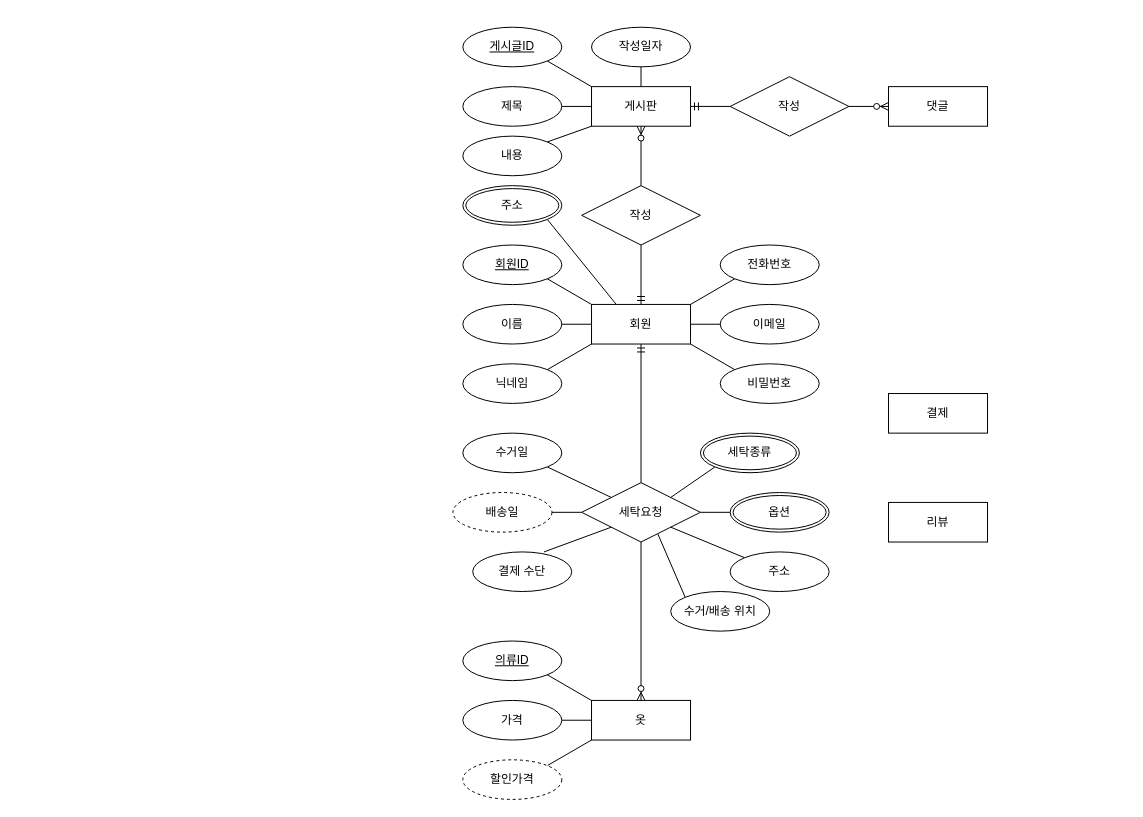
Daeseda/daeseda keeps this draw.io diagram as daeseda.drawio. Above is the earlier version. Source tidied: cells renumbered, new cells numbered last; positions are measured from the earlier drawing's top-left corner, leaving out a move shared by most shapes. Both pictures are drawn from the tidied source at 99%, with x=0, y=0 at pixel (452, 27).
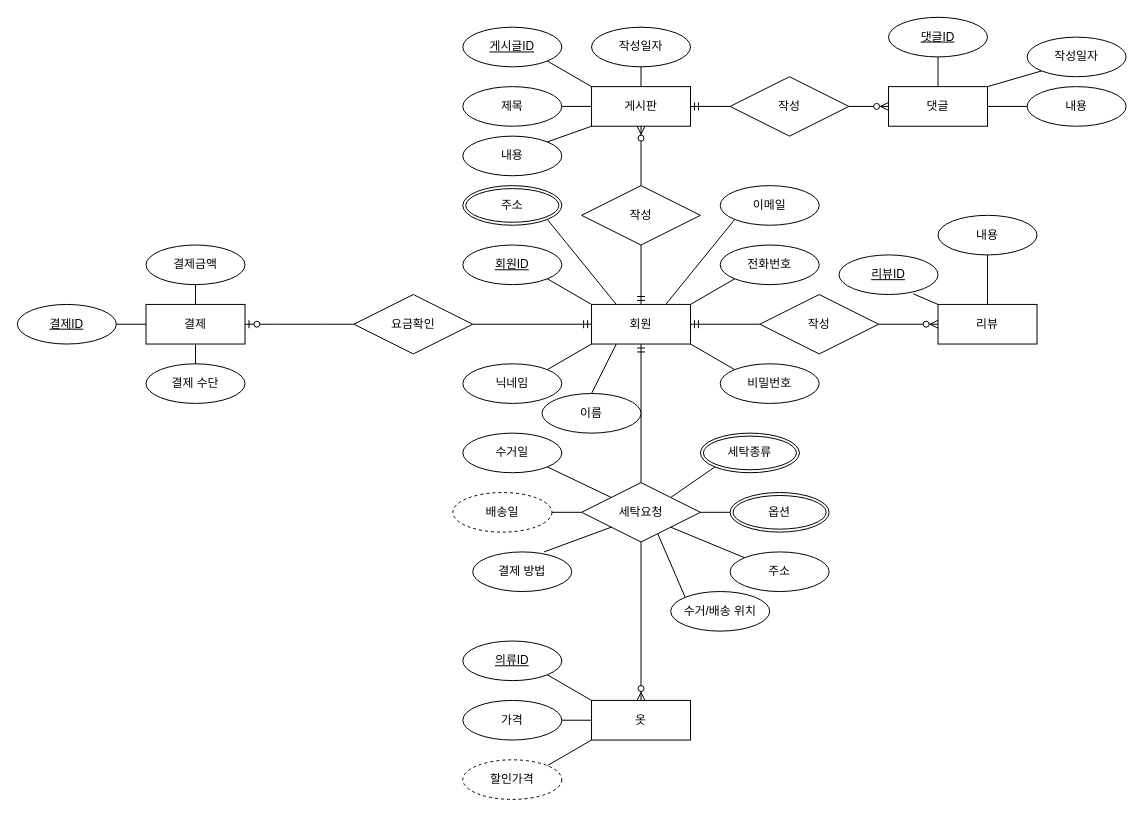
After the change.

Commit message:
대세다 ERD (피터 첸 표기법)

The change refers to these unchanged cells:
```xml
<mxCell id="2" value="회원" style="whiteSpace=wrap;html=1;align=center;" parent="1" vertex="1">
  <mxGeometry x="140" y="280" width="100" height="40" as="geometry" />
</mxCell>
<mxCell id="4" value="댓글" style="whiteSpace=wrap;html=1;align=center;" parent="1" vertex="1">
  <mxGeometry x="440" y="60" width="100" height="40" as="geometry" />
</mxCell>
```

Change to the diagram source:
```diff
@@
     <mxCell id="5" value="결제" style="whiteSpace=wrap;html=1;align=center;" parent="1" vertex="1">
-      <mxGeometry x="440" y="370" width="100" height="40" as="geometry" />
+      <mxGeometry x="-310" y="280" width="100" height="40" as="geometry" />
     </mxCell>
     <mxCell id="6" value="리뷰" style="whiteSpace=wrap;html=1;align=center;" parent="1" vertex="1">
-      <mxGeometry x="440" y="480" width="100" height="40" as="geometry" />
+      <mxGeometry x="490" y="280" width="100" height="40" as="geometry" />
     </mxCell>
@@
     <mxCell id="13" value="이름" style="ellipse;whiteSpace=wrap;html=1;align=center;" parent="1" vertex="1">
-      <mxGeometry x="10" y="280" width="100" height="40" as="geometry" />
+      <mxGeometry x="90" y="370" width="100" height="40" as="geometry" />
     </mxCell>
     <mxCell id="14" value="이메일" style="ellipse;whiteSpace=wrap;html=1;align=center;" parent="1" vertex="1">
-      <mxGeometry x="270" y="280" width="100" height="40" as="geometry" />
+      <mxGeometry x="270" y="160" width="100" height="40" as="geometry" />
     </mxCell>
@@
-    <mxCell id="18" style="endArrow=none;html=1;rounded=0;exitX=1;exitY=0.5;exitDx=0;exitDy=0;" parent="1" edge="1" source="13">
-      <mxGeometry relative="1" as="geometry">
-        <mxPoint x="140" y="300" as="targetPoint" />
-      </mxGeometry>
+    <mxCell id="18" style="endArrow=none;html=1;rounded=0;exitX=0.5;exitY=0;exitDx=0;exitDy=0;entryX=0.25;entryY=1;entryDx=0;entryDy=0;" parent="1" edge="1" source="13" target="2">
+      <mxGeometry relative="1" as="geometry" />
     </mxCell>
-    <mxCell id="19" style="endArrow=none;html=1;rounded=0;exitX=1;exitY=0.5;exitDx=0;exitDy=0;entryX=0;entryY=0.5;entryDx=0;entryDy=0;" parent="1" edge="1" source="2" target="14">
+    <mxCell id="19" style="endArrow=none;html=1;rounded=0;exitX=0.75;exitY=0;exitDx=0;exitDy=0;entryX=0;entryY=1;entryDx=0;entryDy=0;" parent="1" edge="1" source="2" target="14">
       <mxGeometry relative="1" as="geometry" />
     </mxCell>
@@
-    <mxCell id="37" value="결제 수단" style="ellipse;whiteSpace=wrap;html=1;align=center;" parent="1" vertex="1">
+    <mxCell id="37" value="결제 방법" style="ellipse;whiteSpace=wrap;html=1;align=center;" parent="1" vertex="1">
       <mxGeometry x="20" y="530" width="100" height="40" as="geometry" />
     </mxCell>
@@
+    <mxCell id="59" value="댓글ID" style="ellipse;whiteSpace=wrap;html=1;align=center;fontStyle=4;" parent="1" vertex="1">
+      <mxGeometry x="440" y="-10" width="100" height="40" as="geometry" />
+    </mxCell>
+    <mxCell id="60" style="endArrow=none;html=1;rounded=0;exitX=0.5;exitY=1;exitDx=0;exitDy=0;entryX=0.5;entryY=0;entryDx=0;entryDy=0;" parent="1" edge="1" source="59" target="4">
+      <mxGeometry relative="1" as="geometry" />
+    </mxCell>
+    <mxCell id="61" value="내용" style="ellipse;whiteSpace=wrap;html=1;align=center;" parent="1" vertex="1">
+      <mxGeometry x="580" y="60" width="100" height="40" as="geometry" />
+    </mxCell>
+    <mxCell id="62" style="endArrow=none;html=1;rounded=0;exitX=1;exitY=0.5;exitDx=0;exitDy=0;entryX=0;entryY=0.5;entryDx=0;entryDy=0;" parent="1" edge="1" source="4" target="61">
+      <mxGeometry relative="1" as="geometry" />
+    </mxCell>
+    <mxCell id="63" value="작성일자" style="ellipse;whiteSpace=wrap;html=1;align=center;" parent="1" vertex="1">
+      <mxGeometry x="580" y="10" width="100" height="40" as="geometry" />
+    </mxCell>
+    <mxCell id="64" style="endArrow=none;html=1;rounded=0;exitX=0;exitY=1;exitDx=0;exitDy=0;entryX=1;entryY=0;entryDx=0;entryDy=0;" parent="1" edge="1" source="63" target="4">
+      <mxGeometry relative="1" as="geometry" />
+    </mxCell>
+    <mxCell id="65" value="작성" style="shape=rhombus;perimeter=rhombusPerimeter;whiteSpace=wrap;html=1;align=center;" parent="1" vertex="1">
+      <mxGeometry x="310" y="270" width="120" height="60" as="geometry" />
+    </mxCell>
+    <mxCell id="66" style="fontSize=12;html=1;endArrow=ERmandOne;rounded=0;entryX=1;entryY=0.5;entryDx=0;entryDy=0;" parent="1" edge="1" target="2">
+      <mxGeometry relative="1" as="geometry">
+        <mxPoint x="310" y="300" as="sourcePoint" />
+      </mxGeometry>
+    </mxCell>
+    <mxCell id="67" style="fontSize=12;html=1;endArrow=ERzeroToMany;endFill=1;rounded=0;exitX=1;exitY=0.5;exitDx=0;exitDy=0;entryX=0;entryY=0.5;entryDx=0;entryDy=0;" parent="1" edge="1" source="65" target="6">
+      <mxGeometry relative="1" as="geometry" />
+    </mxCell>
+    <mxCell id="68" value="리뷰ID" style="ellipse;whiteSpace=wrap;html=1;align=center;fontStyle=4;" parent="1" vertex="1">
+      <mxGeometry x="390" y="230" width="100" height="40" as="geometry" />
+    </mxCell>
+    <mxCell id="69" style="endArrow=none;html=1;rounded=0;exitX=0.749;exitY=0.981;exitDx=0;exitDy=0;entryX=0;entryY=0;entryDx=0;entryDy=0;exitPerimeter=0;" parent="1" edge="1" source="68" target="6">
+      <mxGeometry relative="1" as="geometry" />
+    </mxCell>
+    <mxCell id="70" style="endArrow=none;html=1;rounded=0;exitX=0.5;exitY=1;exitDx=0;exitDy=0;entryX=0.5;entryY=0;entryDx=0;entryDy=0;" parent="1" edge="1" source="71" target="6">
+      <mxGeometry relative="1" as="geometry" />
+    </mxCell>
+    <mxCell id="71" value="내용" style="ellipse;whiteSpace=wrap;html=1;align=center;" parent="1" vertex="1">
+      <mxGeometry x="490" y="190" width="100" height="40" as="geometry" />
+    </mxCell>
+    <mxCell id="72" value="요금확인" style="shape=rhombus;perimeter=rhombusPerimeter;whiteSpace=wrap;html=1;align=center;" parent="1" vertex="1">
+      <mxGeometry x="-100" y="270" width="120" height="60" as="geometry" />
+    </mxCell>
+    <mxCell id="73" style="fontSize=12;html=1;endArrow=ERmandOne;rounded=0;exitX=1;exitY=0.5;exitDx=0;exitDy=0;entryX=0;entryY=0.5;entryDx=0;entryDy=0;" parent="1" edge="1" source="72" target="2">
+      <mxGeometry relative="1" as="geometry" />
+    </mxCell>
+    <mxCell id="74" value="결제ID" style="ellipse;whiteSpace=wrap;html=1;align=center;fontStyle=4;" parent="1" vertex="1">
+      <mxGeometry x="-440" y="280" width="100" height="40" as="geometry" />
+    </mxCell>
+    <mxCell id="75" style="endArrow=none;html=1;rounded=0;exitX=1;exitY=0.5;exitDx=0;exitDy=0;entryX=0;entryY=0.5;entryDx=0;entryDy=0;" parent="1" edge="1" source="74" target="5">
+      <mxGeometry relative="1" as="geometry" />
+    </mxCell>
+    <mxCell id="76" value="결제금액" style="ellipse;whiteSpace=wrap;html=1;align=center;" parent="1" vertex="1">
+      <mxGeometry x="-310" y="220" width="100" height="40" as="geometry" />
+    </mxCell>
+    <mxCell id="77" style="endArrow=none;html=1;rounded=0;exitX=0.5;exitY=1;exitDx=0;exitDy=0;entryX=0.5;entryY=0;entryDx=0;entryDy=0;" parent="1" edge="1" source="76" target="5">
+      <mxGeometry relative="1" as="geometry" />
+    </mxCell>
+    <mxCell id="78" value="결제 수단" style="ellipse;whiteSpace=wrap;html=1;align=center;" parent="1" vertex="1">
+      <mxGeometry x="-310" y="340" width="100" height="40" as="geometry" />
+    </mxCell>
+    <mxCell id="79" style="endArrow=none;html=1;rounded=0;exitX=0.5;exitY=1;exitDx=0;exitDy=0;entryX=0.5;entryY=0;entryDx=0;entryDy=0;" parent="1" edge="1" source="5" target="78">
+      <mxGeometry relative="1" as="geometry" />
+    </mxCell>
+    <mxCell id="80" style="edgeStyle=entityRelationEdgeStyle;fontSize=12;html=1;endArrow=ERzeroToOne;endFill=1;rounded=0;entryX=1;entryY=0.5;entryDx=0;entryDy=0;exitX=0;exitY=0.5;exitDx=0;exitDy=0;" parent="1" edge="1" source="72" target="5">
+      <mxGeometry relative="1" as="geometry" />
+    </mxCell>
```
